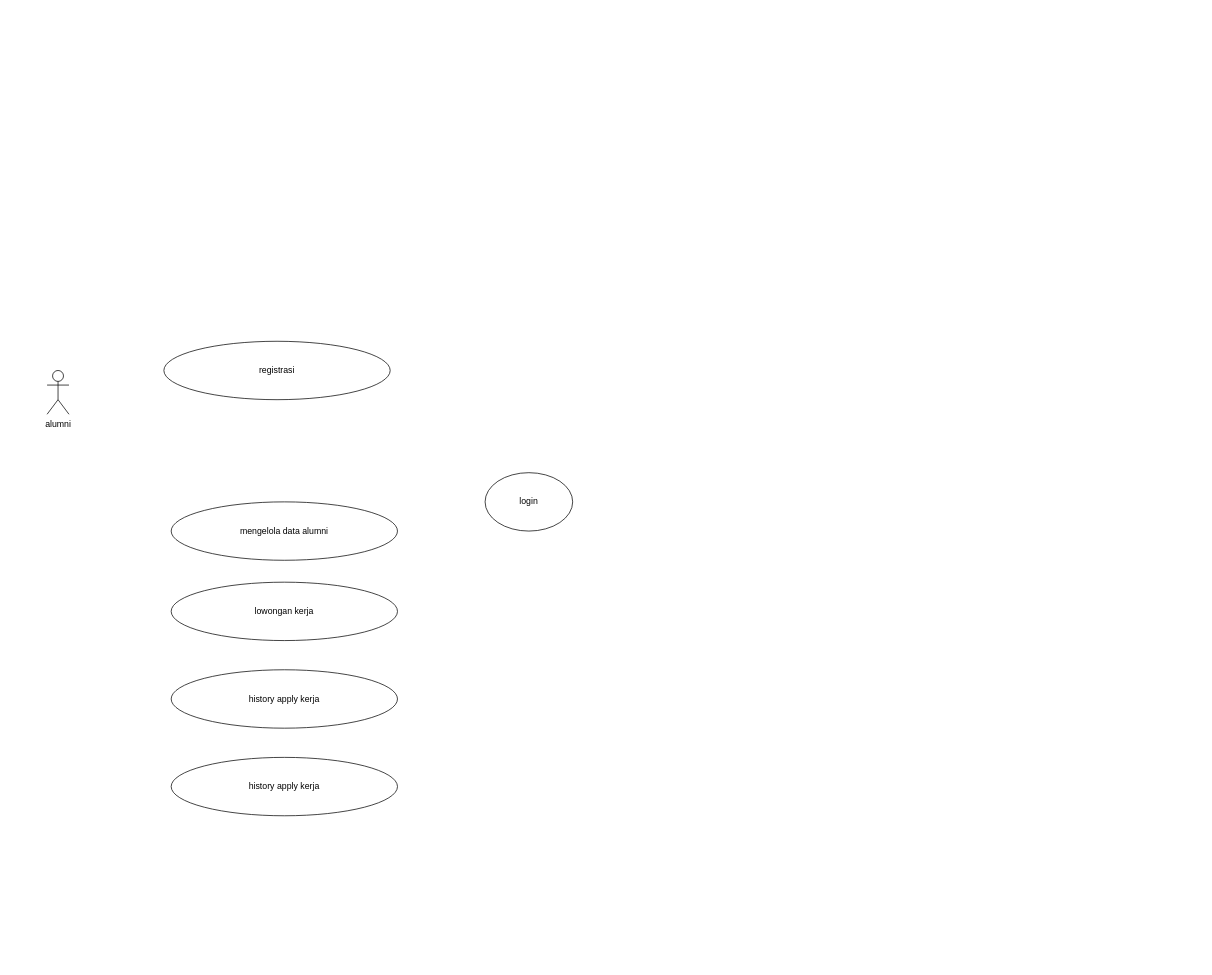
Earlier version of the draw.io diagram usul Diagram.drawio (ratihpn99/tokoonline). Source tidied: cells renumbered, new cells numbered last; positions are measured from the earlier drawing's top-left corner, leaving out a move shared by most shapes. Both pictures are drawn from the tidied source at 73%, with x=0, y=0 at pixel (47, 341).
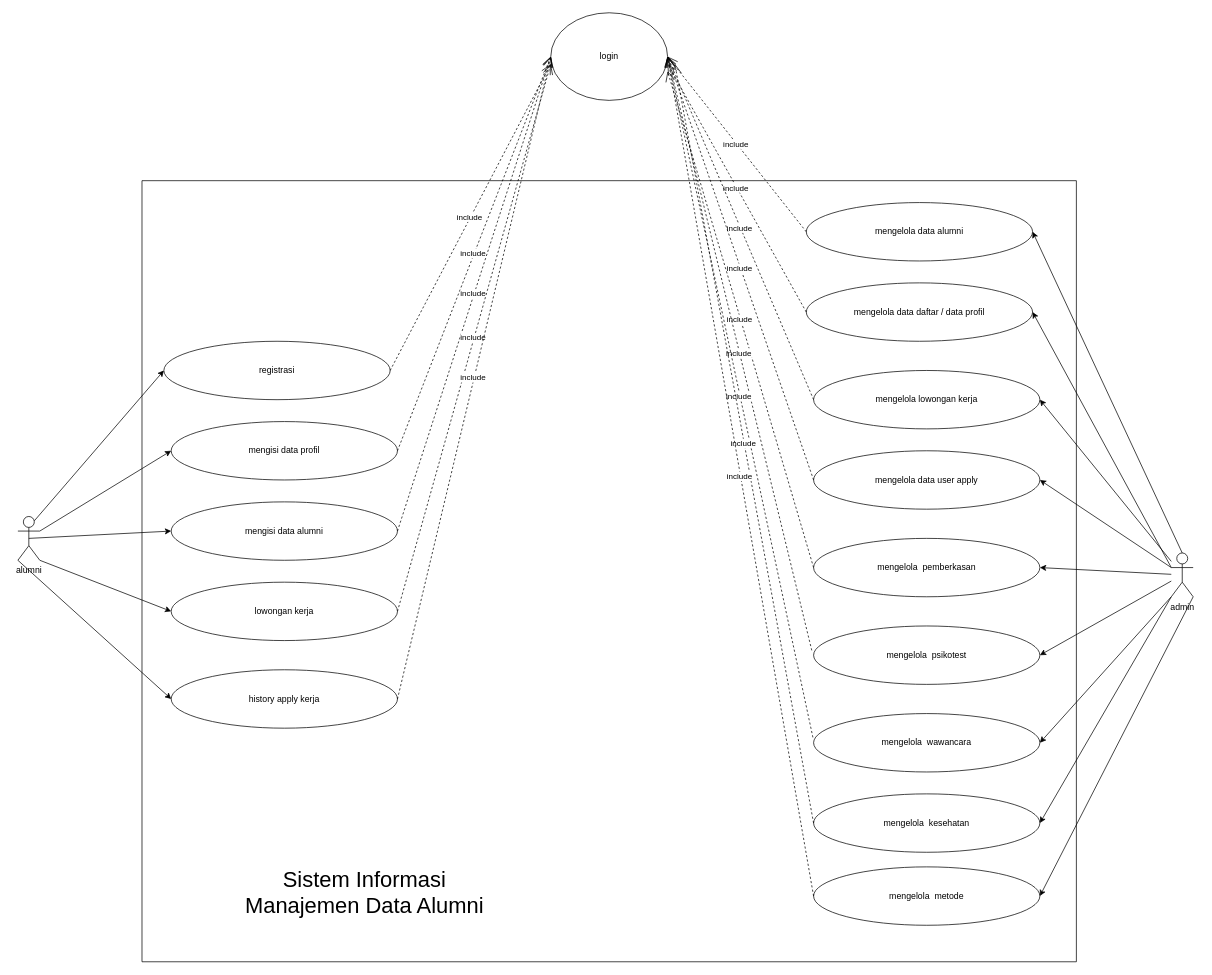
After the change.

The change refers to these unchanged cells:
```xml
<mxCell id="2" value="registrasi" style="ellipse;whiteSpace=wrap;html=1;" parent="1" vertex="1">
  <mxGeometry x="160" width="310" height="80" as="geometry" />
</mxCell>
<mxCell id="6" value="lowongan kerja" style="ellipse;whiteSpace=wrap;html=1;" parent="1" vertex="1">
  <mxGeometry x="170" y="330" width="310" height="80" as="geometry" />
</mxCell>
<mxCell id="7" value="history apply kerja" style="ellipse;whiteSpace=wrap;html=1;" parent="1" vertex="1">
  <mxGeometry x="170" y="450" width="310" height="80" as="geometry" />
</mxCell>
```

Change to the diagram source:
```diff
@@
     <mxCell id="3" value="alumni" style="shape=umlActor;verticalLabelPosition=bottom;verticalAlign=top;html=1;outlineConnect=0;" parent="1" vertex="1">
-      <mxGeometry y="40" width="30" height="60" as="geometry" />
+      <mxGeometry x="-40" y="240" width="30" height="60" as="geometry" />
     </mxCell>
     <mxCell id="4" value="login" style="ellipse;whiteSpace=wrap;html=1;" parent="1" vertex="1">
-      <mxGeometry x="600" y="180" width="120" height="80" as="geometry" />
+      <mxGeometry x="690" y="-450" width="160" height="120" as="geometry" />
     </mxCell>
-    <mxCell id="5" value="mengelola data alumni" style="ellipse;whiteSpace=wrap;html=1;" parent="1" vertex="1">
+    <mxCell id="5" value="mengisi data alumni" style="ellipse;whiteSpace=wrap;html=1;" parent="1" vertex="1">
       <mxGeometry x="170" y="220" width="310" height="80" as="geometry" />
     </mxCell>
@@
-    <mxCell id="8" value="history apply kerja" style="ellipse;whiteSpace=wrap;html=1;" parent="1" vertex="1">
-      <mxGeometry x="170" y="570" width="310" height="80" as="geometry" />
-    </mxCell>
+    <mxCell id="9" value="mengisi data profil" style="ellipse;whiteSpace=wrap;html=1;" parent="1" vertex="1">
+      <mxGeometry x="170" y="110" width="310" height="80" as="geometry" />
+    </mxCell>
+    <mxCell id="10" value="mengelola data alumni" style="ellipse;whiteSpace=wrap;html=1;" parent="1" vertex="1">
+      <mxGeometry x="1040" y="-190" width="310" height="80" as="geometry" />
+    </mxCell>
+    <mxCell id="11" value="mengelola data daftar / data profil" style="ellipse;whiteSpace=wrap;html=1;" parent="1" vertex="1">
+      <mxGeometry x="1040" y="-80" width="310" height="80" as="geometry" />
+    </mxCell>
+    <mxCell id="12" value="mengelola lowongan kerja" style="ellipse;whiteSpace=wrap;html=1;" parent="1" vertex="1">
+      <mxGeometry x="1050" y="40" width="310" height="80" as="geometry" />
+    </mxCell>
+    <mxCell id="13" value="mengelola data user apply" style="ellipse;whiteSpace=wrap;html=1;" parent="1" vertex="1">
+      <mxGeometry x="1050" y="150" width="310" height="80" as="geometry" />
+    </mxCell>
+    <mxCell id="14" value="mengelola&amp;nbsp; pemberkasan" style="ellipse;whiteSpace=wrap;html=1;" parent="1" vertex="1">
+      <mxGeometry x="1050" y="270" width="310" height="80" as="geometry" />
+    </mxCell>
+    <mxCell id="15" value="mengelola&amp;nbsp;&amp;nbsp;psikotest" style="ellipse;whiteSpace=wrap;html=1;" parent="1" vertex="1">
+      <mxGeometry x="1050" y="390" width="310" height="80" as="geometry" />
+    </mxCell>
+    <mxCell id="16" value="mengelola&amp;nbsp;&amp;nbsp;wawancara" style="ellipse;whiteSpace=wrap;html=1;" parent="1" vertex="1">
+      <mxGeometry x="1050" y="510" width="310" height="80" as="geometry" />
+    </mxCell>
+    <mxCell id="17" value="mengelola&amp;nbsp;&amp;nbsp;kesehatan" style="ellipse;whiteSpace=wrap;html=1;" parent="1" vertex="1">
+      <mxGeometry x="1050" y="620" width="310" height="80" as="geometry" />
+    </mxCell>
+    <mxCell id="18" value="mengelola&amp;nbsp;&amp;nbsp;metode" style="ellipse;whiteSpace=wrap;html=1;" parent="1" vertex="1">
+      <mxGeometry x="1050" y="720" width="310" height="80" as="geometry" />
+    </mxCell>
+    <mxCell id="19" value="admin" style="shape=umlActor;verticalLabelPosition=bottom;verticalAlign=top;html=1;outlineConnect=0;" parent="1" vertex="1">
+      <mxGeometry x="1540" y="290" width="30" height="60" as="geometry" />
+    </mxCell>
+    <mxCell id="20" style="endArrow=classic;html=1;rounded=0;entryX=0;entryY=0.5;entryDx=0;entryDy=0;exitX=0.75;exitY=0.1;exitDx=0;exitDy=0;exitPerimeter=0;" parent="1" edge="1" source="3" target="2">
+      <mxGeometry relative="1" as="geometry" />
+    </mxCell>
+    <mxCell id="21" style="endArrow=classic;html=1;rounded=0;entryX=0;entryY=0.5;entryDx=0;entryDy=0;exitX=1;exitY=0.3333333333333333;exitDx=0;exitDy=0;exitPerimeter=0;" parent="1" edge="1" source="3" target="9">
+      <mxGeometry relative="1" as="geometry" />
+    </mxCell>
+    <mxCell id="22" style="endArrow=classic;html=1;rounded=0;entryX=0;entryY=0.5;entryDx=0;entryDy=0;exitX=0.5;exitY=0.5;exitDx=0;exitDy=0;exitPerimeter=0;" parent="1" edge="1" source="3" target="5">
+      <mxGeometry relative="1" as="geometry" />
+    </mxCell>
+    <mxCell id="23" style="endArrow=classic;html=1;rounded=0;entryX=0;entryY=0.5;entryDx=0;entryDy=0;exitX=1;exitY=1;exitDx=0;exitDy=0;exitPerimeter=0;" parent="1" edge="1" source="3" target="6">
+      <mxGeometry relative="1" as="geometry" />
+    </mxCell>
+    <mxCell id="24" style="endArrow=classic;html=1;rounded=0;entryX=0;entryY=0.5;entryDx=0;entryDy=0;exitX=0;exitY=1;exitDx=0;exitDy=0;exitPerimeter=0;" parent="1" edge="1" source="3" target="7">
+      <mxGeometry relative="1" as="geometry" />
+    </mxCell>
+    <mxCell id="25" style="endArrow=classic;html=1;rounded=0;entryX=1;entryY=0.5;entryDx=0;entryDy=0;exitX=0.5;exitY=0;exitDx=0;exitDy=0;exitPerimeter=0;" parent="1" edge="1" source="19" target="10">
+      <mxGeometry relative="1" as="geometry" />
+    </mxCell>
+    <mxCell id="26" style="endArrow=classic;html=1;rounded=0;entryX=1;entryY=0.5;entryDx=0;entryDy=0;exitX=0;exitY=0.3333333333333333;exitDx=0;exitDy=0;exitPerimeter=0;" parent="1" edge="1" source="19" target="11">
+      <mxGeometry relative="1" as="geometry" />
+    </mxCell>
+    <mxCell id="27" style="endArrow=classic;html=1;rounded=0;entryX=1;entryY=0.5;entryDx=0;entryDy=0;" parent="1" edge="1" source="19" target="12">
+      <mxGeometry relative="1" as="geometry" />
+    </mxCell>
+    <mxCell id="28" style="endArrow=classic;html=1;rounded=0;entryX=1;entryY=0.5;entryDx=0;entryDy=0;" parent="1" edge="1" source="19" target="13">
+      <mxGeometry relative="1" as="geometry" />
+    </mxCell>
+    <mxCell id="29" style="endArrow=classic;html=1;rounded=0;" parent="1" edge="1" source="19">
+      <mxGeometry relative="1" as="geometry">
+        <mxPoint x="1360" y="310" as="targetPoint" />
+      </mxGeometry>
+    </mxCell>
+    <mxCell id="30" style="endArrow=classic;html=1;rounded=0;" parent="1" edge="1" source="19">
+      <mxGeometry relative="1" as="geometry">
+        <mxPoint x="1360" y="430" as="targetPoint" />
+      </mxGeometry>
+    </mxCell>
+    <mxCell id="31" style="endArrow=classic;html=1;rounded=0;exitX=0;exitY=1;exitDx=0;exitDy=0;exitPerimeter=0;entryX=1;entryY=0.5;entryDx=0;entryDy=0;" parent="1" edge="1" source="19" target="16">
+      <mxGeometry relative="1" as="geometry" />
+    </mxCell>
+    <mxCell id="32" style="endArrow=classic;html=1;rounded=0;entryX=1;entryY=0.5;entryDx=0;entryDy=0;exitX=0;exitY=1;exitDx=0;exitDy=0;exitPerimeter=0;" parent="1" edge="1" source="19" target="17">
+      <mxGeometry relative="1" as="geometry" />
+    </mxCell>
+    <mxCell id="33" style="endArrow=classic;html=1;rounded=0;entryX=1;entryY=0.5;entryDx=0;entryDy=0;exitX=1;exitY=1;exitDx=0;exitDy=0;exitPerimeter=0;" parent="1" edge="1" source="19" target="18">
+      <mxGeometry relative="1" as="geometry" />
+    </mxCell>
+    <mxCell id="34" value="include&amp;nbsp;" style="endArrow=open;endSize=12;dashed=1;html=1;rounded=0;" parent="1" edge="1">
+      <mxGeometry relative="1" as="geometry">
+        <mxPoint x="470" y="40" as="sourcePoint" />
+        <mxPoint x="690" y="-380" as="targetPoint" />
+      </mxGeometry>
+    </mxCell>
+    <mxCell id="35" value="include&amp;nbsp;" style="endArrow=open;endSize=12;dashed=1;html=1;rounded=0;exitX=1;exitY=0.5;exitDx=0;exitDy=0;entryX=0;entryY=0.5;entryDx=0;entryDy=0;" parent="1" edge="1" source="9" target="4">
+      <mxGeometry relative="1" as="geometry" />
+    </mxCell>
+    <mxCell id="36" value="include&amp;nbsp;" style="endArrow=open;endSize=12;dashed=1;html=1;rounded=0;exitX=1;exitY=0.5;exitDx=0;exitDy=0;entryX=0;entryY=0.5;entryDx=0;entryDy=0;" parent="1" edge="1" source="5" target="4">
+      <mxGeometry relative="1" as="geometry" />
+    </mxCell>
+    <mxCell id="37" value="include&amp;nbsp;" style="endArrow=open;endSize=12;dashed=1;html=1;rounded=0;exitX=1;exitY=0.5;exitDx=0;exitDy=0;" parent="1" edge="1" source="6">
+      <mxGeometry relative="1" as="geometry">
+        <mxPoint x="690" y="-380" as="targetPoint" />
+      </mxGeometry>
+    </mxCell>
+    <mxCell id="38" value="include&amp;nbsp;" style="endArrow=open;endSize=12;dashed=1;html=1;rounded=0;exitX=1;exitY=0.5;exitDx=0;exitDy=0;" parent="1" edge="1" source="7">
+      <mxGeometry relative="1" as="geometry">
+        <mxPoint x="690" y="-390" as="targetPoint" />
+      </mxGeometry>
+    </mxCell>
+    <mxCell id="39" value="include&amp;nbsp;" style="endArrow=open;endSize=12;dashed=1;html=1;rounded=0;exitX=0;exitY=0.5;exitDx=0;exitDy=0;entryX=1;entryY=0.5;entryDx=0;entryDy=0;" parent="1" edge="1" source="10" target="4">
+      <mxGeometry relative="1" as="geometry" />
+    </mxCell>
+    <mxCell id="40" value="include&amp;nbsp;" style="endArrow=open;endSize=12;dashed=1;html=1;rounded=0;exitX=0;exitY=0.5;exitDx=0;exitDy=0;" parent="1" edge="1" source="11">
+      <mxGeometry relative="1" as="geometry">
+        <mxPoint x="850" y="-380" as="targetPoint" />
+      </mxGeometry>
+    </mxCell>
+    <mxCell id="41" value="include&amp;nbsp;" style="endArrow=open;endSize=12;dashed=1;html=1;rounded=0;entryX=1;entryY=0.5;entryDx=0;entryDy=0;exitX=0;exitY=0.5;exitDx=0;exitDy=0;" parent="1" edge="1" source="12" target="4">
+      <mxGeometry relative="1" as="geometry" />
+    </mxCell>
+    <mxCell id="42" value="include&amp;nbsp;" style="endArrow=open;endSize=12;dashed=1;html=1;rounded=0;entryX=1;entryY=0.5;entryDx=0;entryDy=0;exitX=0;exitY=0.5;exitDx=0;exitDy=0;" parent="1" edge="1" source="13" target="4">
+      <mxGeometry relative="1" as="geometry" />
+    </mxCell>
+    <mxCell id="43" value="include&amp;nbsp;" style="endArrow=open;endSize=12;dashed=1;html=1;rounded=0;exitX=0;exitY=0.5;exitDx=0;exitDy=0;" parent="1" edge="1" source="14">
+      <mxGeometry relative="1" as="geometry">
+        <mxPoint x="850" y="-370" as="targetPoint" />
+      </mxGeometry>
+    </mxCell>
+    <mxCell id="44" value="include&amp;nbsp;" style="endArrow=open;endSize=12;dashed=1;html=1;rounded=0;exitX=-0.008;exitY=0.418;exitDx=0;exitDy=0;exitPerimeter=0;entryX=1;entryY=0.5;entryDx=0;entryDy=0;" parent="1" edge="1" source="15" target="4">
+      <mxGeometry relative="1" as="geometry" />
+    </mxCell>
+    <mxCell id="45" value="include&amp;nbsp;" style="endArrow=open;endSize=12;dashed=1;html=1;rounded=0;exitX=-0.003;exitY=0.408;exitDx=0;exitDy=0;exitPerimeter=0;entryX=1;entryY=0.5;entryDx=0;entryDy=0;" parent="1" edge="1" source="16" target="4">
+      <mxGeometry relative="1" as="geometry" />
+    </mxCell>
+    <mxCell id="46" value="include&amp;nbsp;" style="endArrow=open;endSize=12;dashed=1;html=1;rounded=0;exitX=0;exitY=0.5;exitDx=0;exitDy=0;" parent="1" edge="1" source="17">
+      <mxGeometry relative="1" as="geometry">
+        <mxPoint x="860" y="-380" as="targetPoint" />
+      </mxGeometry>
+    </mxCell>
+    <mxCell id="47" value="include&amp;nbsp;" style="endArrow=open;endSize=12;dashed=1;html=1;rounded=0;exitX=0;exitY=0.5;exitDx=0;exitDy=0;entryX=1;entryY=0.5;entryDx=0;entryDy=0;" parent="1" edge="1" source="18" target="4">
+      <mxGeometry relative="1" as="geometry" />
+    </mxCell>
+    <mxCell id="48" style="swimlane;startSize=0;" parent="1" vertex="1">
+      <mxGeometry x="130" y="-220" width="1280" height="1070" as="geometry" />
+    </mxCell>
+    <mxCell id="49" value="&lt;font style=&quot;font-size: 30px;&quot;&gt;Sistem Informasi Manajemen Data Alumni&lt;/font&gt;" style="text;html=1;strokeColor=none;fillColor=none;align=center;verticalAlign=middle;whiteSpace=wrap;rounded=0;" parent="48" vertex="1">
+      <mxGeometry x="110" y="960" width="390" height="30" as="geometry" />
+    </mxCell>
```
